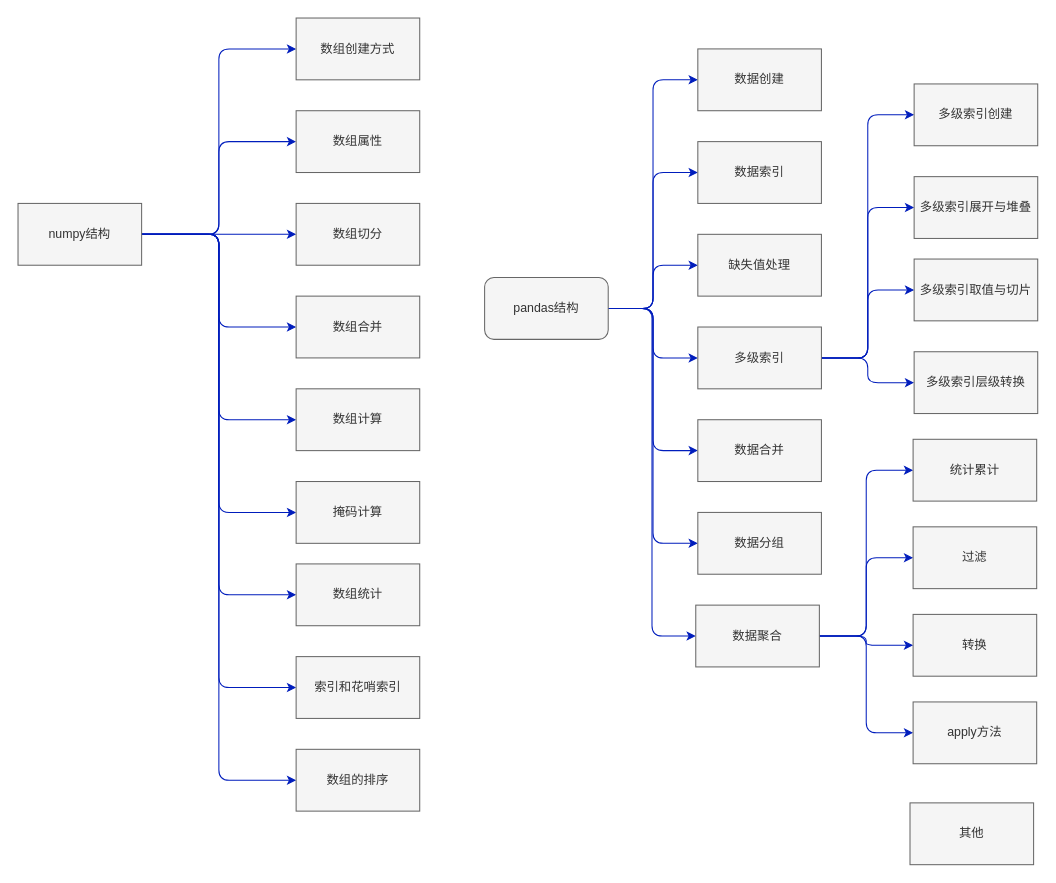
QHfirewater/data_science keeps this draw.io diagram as 数据科学手册流程图.drawio. Above is the earlier version. Source tidied: cells renumbered, new cells numbered last; positions are measured from the earlier drawing's top-left corner, leaving out a move shared by most shapes. Both pictures are drawn from the tidied source at 103%, with x=0, y=0 at pixel (18, 18).
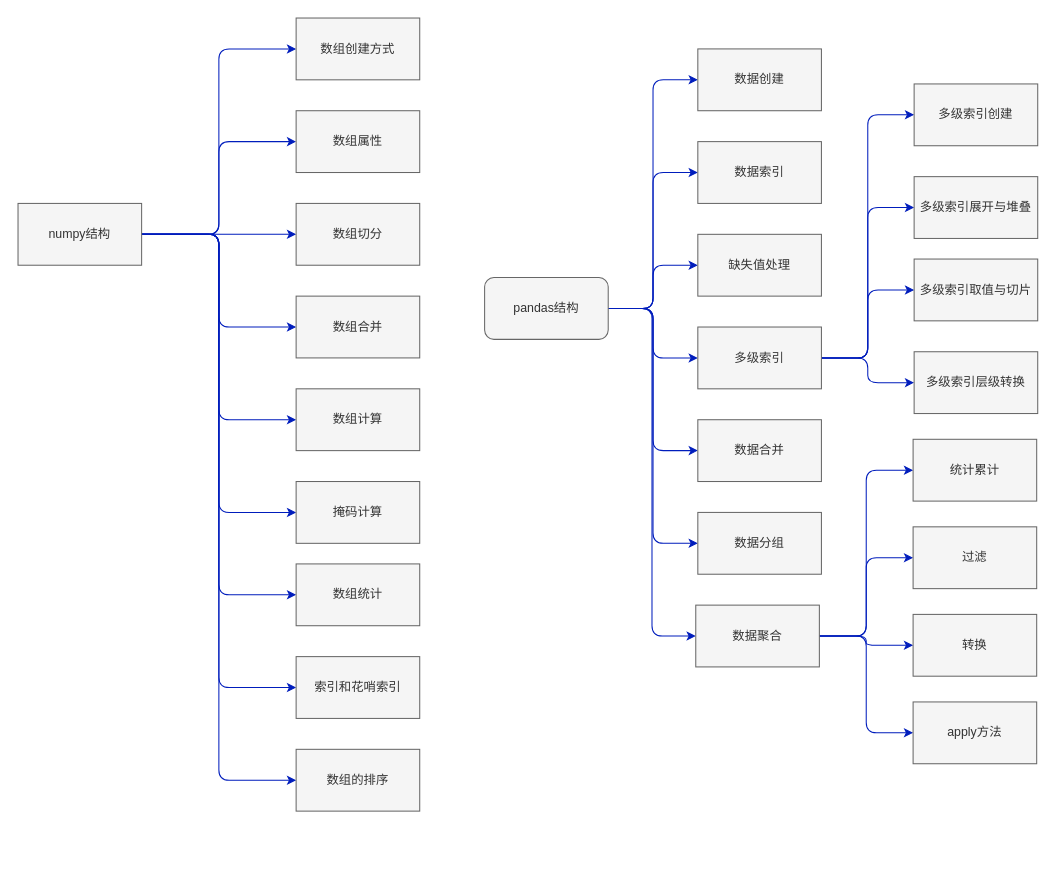
Above is the later version.

Diff of the diagram source:
```diff
@@
-    <mxCell id="52" value="其他" style="rounded=0;whiteSpace=wrap;html=1;fontFamily=Helvetica;fontSize=12;fontColor=#333333;strokeColor=#666666;fillColor=#f5f5f5;" parent="1" vertex="1">
-      <mxGeometry x="866" y="762" width="120" height="60" as="geometry" />
-    </mxCell>
```
